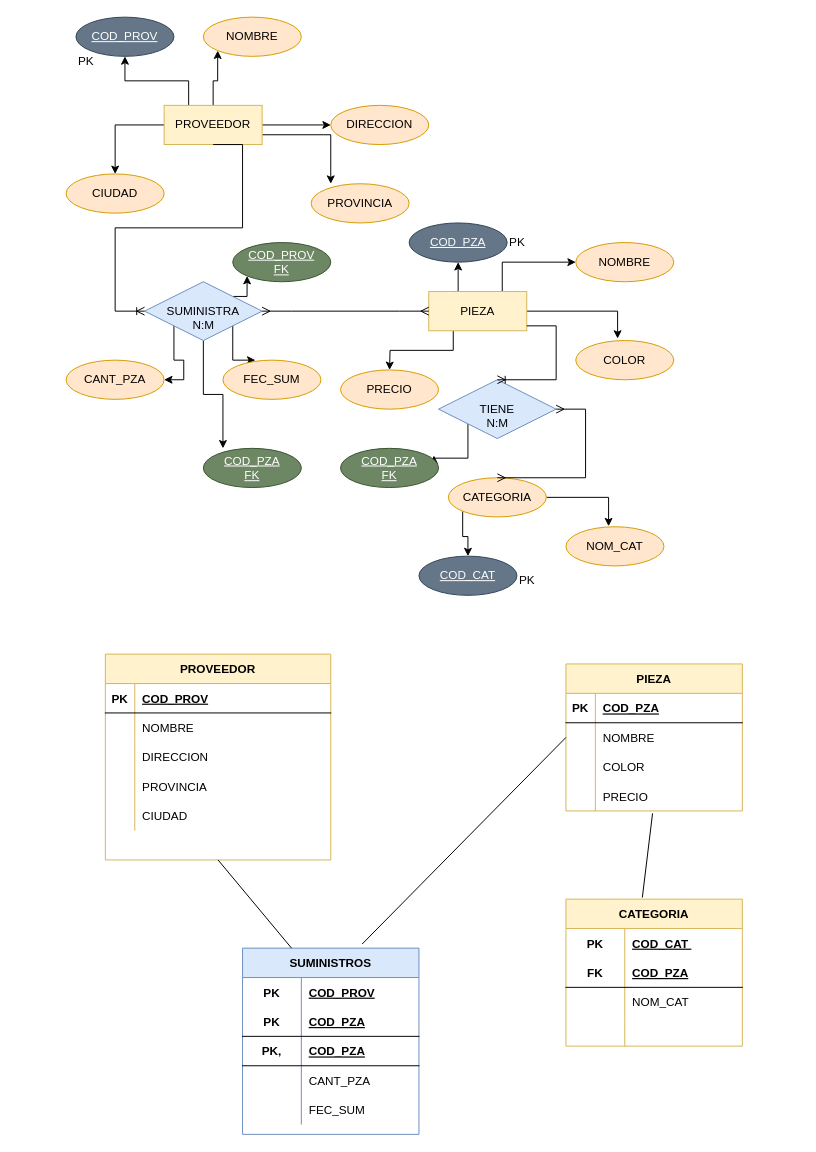
Above: BD_ProyectoFinal.drawio in AOlmosPilares/Base-de-Datos (draw.io), before the change. Source tidied: cells renumbered, new cells numbered last; positions are measured from the earlier drawing's top-left corner, leaving out a move shared by most shapes. Both pictures are drawn from the tidied source at 98%, with x=0, y=0 at pixel (66, 17).
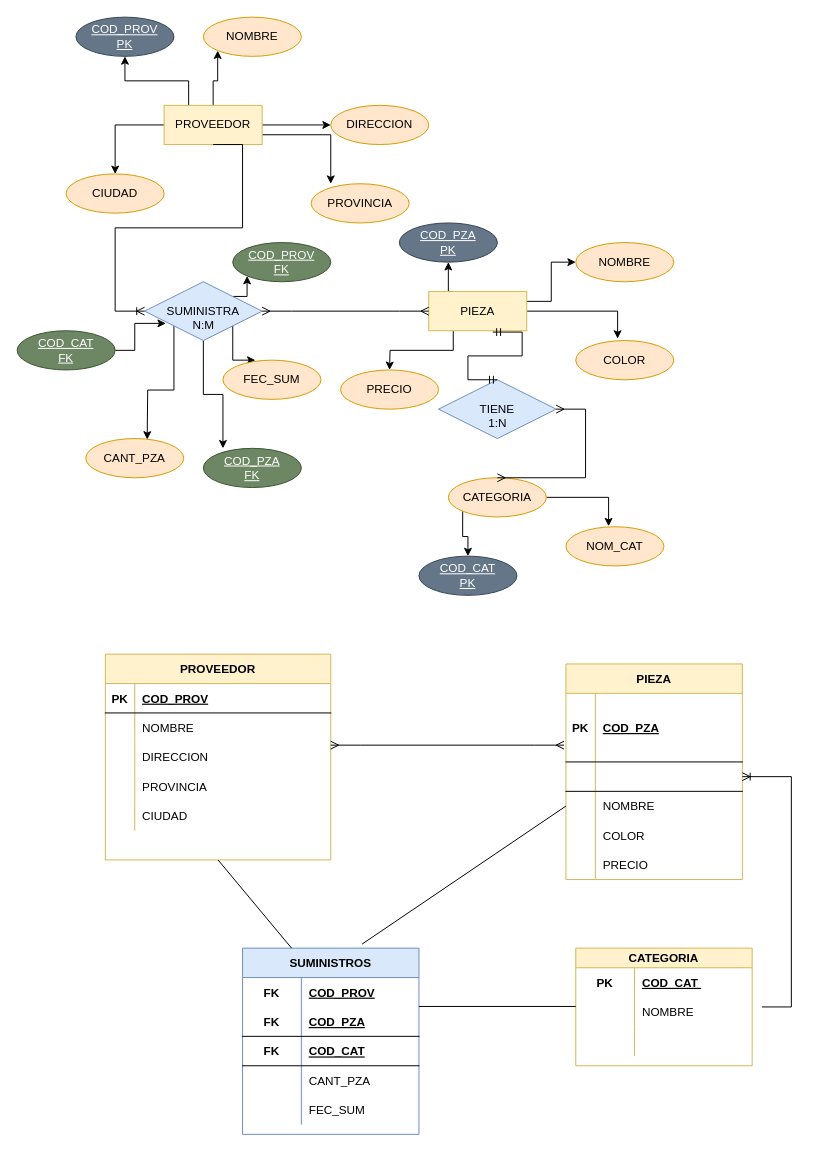
After the change.

The change refers to these unchanged cells:
```xml
<mxCell id="17" value="SUMINISTRA" style="shape=rhombus;perimeter=rhombusPerimeter;whiteSpace=wrap;html=1;align=center;fillColor=#dae8fc;strokeColor=#6c8ebf;" parent="1" vertex="1">
  <mxGeometry x="80" y="270" width="120" height="60" as="geometry" />
</mxCell>
<mxCell id="22" value="PIEZA" style="whiteSpace=wrap;html=1;align=center;fillColor=#fff2cc;strokeColor=#d6b656;" parent="1" vertex="1">
  <mxGeometry x="370" y="280" width="100" height="40" as="geometry" />
</mxCell>
<mxCell id="28" value="NOMBRE" style="ellipse;whiteSpace=wrap;html=1;align=center;fillColor=#ffe6cc;strokeColor=#d79b00;" parent="1" vertex="1">
  <mxGeometry x="520" y="230" width="100" height="40" as="geometry" />
</mxCell>
<mxCell id="39" value="TIENE" style="shape=rhombus;perimeter=rhombusPerimeter;whiteSpace=wrap;html=1;align=center;fillColor=#dae8fc;strokeColor=#6c8ebf;" parent="1" vertex="1">
  <mxGeometry x="380" y="370" width="120" height="60" as="geometry" />
</mxCell>
<mxCell id="54" style="shape=tableRow;horizontal=0;startSize=0;swimlaneHead=0;swimlaneBody=0;fillColor=none;points=[[0,0.5],[1,0.5]];portConstraint=eastwest;top=0;left=0;right=0;bottom=0;" parent="47" vertex="1">
  <mxGeometry y="90" width="230" height="30" as="geometry" />
</mxCell>
<mxCell id="90" style="shape=tableRow;horizontal=0;startSize=0;swimlaneHead=0;swimlaneBody=0;fillColor=none;top=0;left=0;right=0;bottom=0;" parent="89" vertex="1">
  <mxGeometry y="30" width="180" height="30" as="geometry" />
</mxCell>
<mxCell id="93" style="shape=tableRow;horizontal=0;startSize=0;swimlaneHead=0;swimlaneBody=0;fillColor=none;top=0;left=0;right=0;bottom=1;" parent="89" vertex="1">
  <mxGeometry y="60" width="180" height="30" as="geometry" />
</mxCell>
<mxCell id="96" style="shape=tableRow;horizontal=0;startSize=0;swimlaneHead=0;swimlaneBody=0;fillColor=none;top=0;left=0;right=0;bottom=1;" parent="89" vertex="1">
  <mxGeometry y="90" width="180" height="30" as="geometry" />
</mxCell>
```

Change to the diagram source:
```diff
@@
-    <mxCell id="12" value="COD_PROV" style="ellipse;whiteSpace=wrap;html=1;align=center;fontStyle=4;fillColor=#647687;strokeColor=#314354;fontColor=#ffffff;" parent="1" vertex="1">
+    <mxCell id="12" value="COD_PROV&lt;br&gt;PK" style="ellipse;whiteSpace=wrap;html=1;align=center;fontStyle=4;fillColor=#647687;strokeColor=#314354;fontColor=#ffffff;" parent="1" vertex="1">
       <mxGeometry x="10" width="100" height="40" as="geometry" />
     </mxCell>
-    <mxCell id="13" style="edgeStyle=orthogonalEdgeStyle;rounded=0;jettySize=auto;html=1;exitX=0;exitY=1;exitDx=0;exitDy=0;entryX=1;entryY=0.5;entryDx=0;entryDy=0;" parent="1" edge="1" source="17" target="44">
-      <mxGeometry relative="1" as="geometry" />
+    <mxCell id="13" style="edgeStyle=orthogonalEdgeStyle;rounded=0;jettySize=auto;html=1;exitX=0;exitY=1;exitDx=0;exitDy=0;entryX=0.727;entryY=0.024;entryDx=0;entryDy=0;entryPerimeter=0;" parent="1" edge="1" source="17">
+      <mxGeometry relative="1" as="geometry">
+        <mxPoint x="82.7" y="431" as="targetPoint" />
+      </mxGeometry>
     </mxCell>
@@
-    <mxCell id="19" style="edgeStyle=orthogonalEdgeStyle;rounded=0;jettySize=auto;html=1;exitX=0.75;exitY=0;exitDx=0;exitDy=0;entryX=0;entryY=0.5;entryDx=0;entryDy=0;" parent="1" edge="1" source="22" target="28">
+    <mxCell id="19" style="edgeStyle=orthogonalEdgeStyle;rounded=0;jettySize=auto;html=1;exitX=1;exitY=0.25;exitDx=0;exitDy=0;entryX=0;entryY=0.5;entryDx=0;entryDy=0;" parent="1" edge="1" source="22" target="28">
       <mxGeometry relative="1" as="geometry" />
     </mxCell>
@@
-    <mxCell id="26" value="COD_PZA" style="ellipse;whiteSpace=wrap;html=1;align=center;fontStyle=4;fillColor=#647687;fontColor=#ffffff;strokeColor=#314354;" parent="1" vertex="1">
-      <mxGeometry x="350" y="210" width="100" height="40" as="geometry" />
+    <mxCell id="26" value="COD_PZA&lt;br&gt;PK" style="ellipse;whiteSpace=wrap;html=1;align=center;fontStyle=4;fillColor=#647687;fontColor=#ffffff;strokeColor=#314354;" parent="1" vertex="1">
+      <mxGeometry x="340" y="210" width="100" height="40" as="geometry" />
     </mxCell>
@@
-    <mxCell id="33" value="COD_CAT" style="ellipse;whiteSpace=wrap;html=1;align=center;fontStyle=4;fillColor=#647687;fontColor=#ffffff;strokeColor=#314354;" parent="1" vertex="1">
+    <mxCell id="33" value="COD_CAT&lt;br&gt;PK" style="ellipse;whiteSpace=wrap;html=1;align=center;fontStyle=4;fillColor=#647687;fontColor=#ffffff;strokeColor=#314354;" parent="1" vertex="1">
       <mxGeometry x="360" y="550" width="100" height="40" as="geometry" />
     </mxCell>
@@
-    <mxCell id="35" value="PK" style="text;html=1;align=center;verticalAlign=middle;fillColor=none;strokeColor=none;rounded=0;" parent="1" vertex="1">
-      <mxGeometry y="30" width="40" height="30" as="geometry" />
-    </mxCell>
-    <mxCell id="36" value="PK" style="text;html=1;align=center;verticalAlign=middle;fillColor=none;strokeColor=none;rounded=0;" parent="1" vertex="1">
-      <mxGeometry x="440" y="215" width="40" height="30" as="geometry" />
-    </mxCell>
-    <mxCell id="37" value="PK" style="text;html=1;align=center;verticalAlign=middle;fillColor=none;strokeColor=none;rounded=0;" parent="1" vertex="1">
-      <mxGeometry x="450" y="560" width="40" height="30" as="geometry" />
-    </mxCell>
-    <mxCell id="38" style="edgeStyle=orthogonalEdgeStyle;rounded=0;jettySize=auto;html=1;exitX=0;exitY=1;exitDx=0;exitDy=0;entryX=0.953;entryY=0.182;entryDx=0;entryDy=0;entryPerimeter=0;" parent="1" edge="1" source="39" target="46">
-      <mxGeometry relative="1" as="geometry" />
-    </mxCell>
@@
-    <mxCell id="40" style="edgeStyle=entityRelationEdgeStyle;fontSize=12;html=1;endArrow=ERoneToMany;rounded=0;entryX=0.5;entryY=0;entryDx=0;entryDy=0;" parent="1" edge="1" target="39">
-      <mxGeometry relative="1" as="geometry">
-        <mxPoint x="470" y="315" as="sourcePoint" />
-      </mxGeometry>
-    </mxCell>
@@
-    <mxCell id="42" value="N:M" style="text;html=1;align=center;verticalAlign=middle;fillColor=none;strokeColor=none;rounded=0;" parent="1" vertex="1">
-      <mxGeometry x="415" y="400" width="50" height="30" as="geometry" />
+    <mxCell id="42" value="1:N" style="text;html=1;align=center;verticalAlign=middle;fillColor=none;strokeColor=none;rounded=0;" parent="1" vertex="1">
+      <mxGeometry x="420" y="400" width="40" height="30" as="geometry" />
     </mxCell>
@@
     <mxCell id="44" value="CANT_PZA" style="ellipse;whiteSpace=wrap;html=1;align=center;fillColor=#ffe6cc;strokeColor=#d79b00;" parent="1" vertex="1">
-      <mxGeometry y="350" width="100" height="40" as="geometry" />
+      <mxGeometry x="20" y="430" width="100" height="40" as="geometry" />
     </mxCell>
@@
+    <mxCell id="109" style="edgeStyle=orthogonalEdgeStyle;rounded=0;jettySize=auto;html=1;exitX=1;exitY=0.5;exitDx=0;exitDy=0;entryX=0.181;entryY=0.708;entryDx=0;entryDy=0;entryPerimeter=0;" parent="1" edge="1" source="46" target="17">
+      <mxGeometry relative="1" as="geometry" />
+    </mxCell>
-    <mxCell id="46" value="COD_PZA&lt;br&gt;FK" style="ellipse;whiteSpace=wrap;html=1;align=center;fontStyle=4;fillColor=#6d8764;fontColor=#ffffff;strokeColor=#3A5431;" parent="1" vertex="1">
-      <mxGeometry x="280" y="440" width="100" height="40" as="geometry" />
+    <mxCell id="46" value="COD_CAT&lt;br&gt;FK" style="ellipse;whiteSpace=wrap;html=1;align=center;fontStyle=4;fillColor=#6d8764;fontColor=#ffffff;strokeColor=#3A5431;" parent="1" vertex="1">
+      <mxGeometry x="-50" y="320" width="100" height="40" as="geometry" />
     </mxCell>
@@
     <mxCell id="63" value="PIEZA" style="shape=table;startSize=30;childLayout=tableLayout;rowLines=0;fontStyle=1;align=center;fillColor=#fff2cc;strokeColor=#d6b656;" parent="1" vertex="1">
-      <mxGeometry x="510" y="660" width="180" height="150" as="geometry" />
+      <mxGeometry x="510" y="660" width="180" height="220" as="geometry" />
     </mxCell>
     <mxCell id="64" style="shape=tableRow;horizontal=0;startSize=0;swimlaneHead=0;swimlaneBody=0;fillColor=none;points=[[0,0.5],[1,0.5]];portConstraint=eastwest;top=0;left=0;right=0;bottom=1;" parent="63" vertex="1">
-      <mxGeometry y="30" width="180" height="30" as="geometry" />
+      <mxGeometry y="30" width="180" height="70" as="geometry" />
     </mxCell>
     <mxCell id="65" value="PK" style="shape=partialRectangle;fillColor=none;top=0;left=0;bottom=0;right=0;fontStyle=1;overflow=hidden;" parent="64" vertex="1">
-      <mxGeometry width="30" height="30" as="geometry" />
+      <mxGeometry width="30" height="70" as="geometry" />
     </mxCell>
     <mxCell id="66" value="COD_PZA" style="shape=partialRectangle;fillColor=none;top=0;left=0;bottom=0;right=0;align=left;spacingLeft=6;fontStyle=5;overflow=hidden;" parent="64" vertex="1">
-      <mxGeometry x="30" width="150" height="30" as="geometry" />
+      <mxGeometry x="30" width="150" height="70" as="geometry" />
     </mxCell>
+    <mxCell id="80" style="shape=tableRow;horizontal=0;startSize=0;swimlaneHead=0;swimlaneBody=0;fillColor=none;points=[[0,0.5],[1,0.5]];portConstraint=eastwest;top=0;left=0;right=0;bottom=1;" parent="63" vertex="1">
+      <mxGeometry y="100" width="180" height="30" as="geometry" />
+    </mxCell>
+    <mxCell id="81" style="shape=partialRectangle;fillColor=none;top=0;left=0;bottom=0;right=0;fontStyle=1;overflow=hidden;" parent="80" vertex="1">
+      <mxGeometry width="30" height="30" as="geometry" />
+    </mxCell>
+    <mxCell id="82" style="shape=partialRectangle;fillColor=none;top=0;left=0;bottom=0;right=0;align=left;spacingLeft=6;fontStyle=5;overflow=hidden;" parent="80" vertex="1">
+      <mxGeometry x="30" width="150" height="30" as="geometry" />
+    </mxCell>
     <mxCell id="67" style="shape=tableRow;horizontal=0;startSize=0;swimlaneHead=0;swimlaneBody=0;fillColor=none;points=[[0,0.5],[1,0.5]];portConstraint=eastwest;top=0;left=0;right=0;bottom=0;" parent="63" vertex="1">
-      <mxGeometry y="60" width="180" height="30" as="geometry" />
+      <mxGeometry y="130" width="180" height="30" as="geometry" />
     </mxCell>
@@
     <mxCell id="70" style="shape=tableRow;horizontal=0;startSize=0;swimlaneHead=0;swimlaneBody=0;fillColor=none;top=0;left=0;right=0;bottom=0;" parent="63" vertex="1">
-      <mxGeometry y="90" width="180" height="30" as="geometry" />
+      <mxGeometry y="160" width="180" height="30" as="geometry" />
     </mxCell>
@@
     <mxCell id="73" style="shape=tableRow;horizontal=0;startSize=0;swimlaneHead=0;swimlaneBody=0;fillColor=none;points=[[0,0.5],[1,0.5]];portConstraint=eastwest;top=0;left=0;right=0;bottom=0;" parent="63" vertex="1">
-      <mxGeometry y="120" width="180" height="30" as="geometry" />
+      <mxGeometry y="190" width="180" height="30" as="geometry" />
     </mxCell>
@@
-    <mxCell id="76" value="CATEGORIA" style="shape=table;startSize=30;childLayout=tableLayout;rowLines=0;fontStyle=1;align=center;fillColor=#fff2cc;strokeColor=#d6b656;" parent="1" vertex="1">
-      <mxGeometry x="510" y="900" width="180" height="150" as="geometry" />
+    <mxCell id="76" value="CATEGORIA" style="shape=table;startSize=20;childLayout=tableLayout;rowLines=0;fontStyle=1;align=center;fillColor=#fff2cc;strokeColor=#d6b656;" parent="1" vertex="1">
+      <mxGeometry x="520" y="950" width="180" height="120" as="geometry" />
     </mxCell>
     <mxCell id="77" style="shape=tableRow;horizontal=0;startSize=0;swimlaneHead=0;swimlaneBody=0;fillColor=none;top=0;left=0;right=0;bottom=0;" parent="76" vertex="1">
-      <mxGeometry y="30" width="180" height="30" as="geometry" />
+      <mxGeometry y="20" width="180" height="30" as="geometry" />
     </mxCell>
@@
-    <mxCell id="80" style="shape=tableRow;horizontal=0;startSize=0;swimlaneHead=0;swimlaneBody=0;fillColor=none;points=[[0,0.5],[1,0.5]];portConstraint=eastwest;top=0;left=0;right=0;bottom=1;" parent="76" vertex="1">
-      <mxGeometry y="60" width="180" height="30" as="geometry" />
-    </mxCell>
-    <mxCell id="81" value="FK" style="shape=partialRectangle;fillColor=none;top=0;left=0;bottom=0;right=0;fontStyle=1;overflow=hidden;" parent="80" vertex="1">
-      <mxGeometry width="60" height="30" as="geometry" />
-    </mxCell>
-    <mxCell id="82" value="COD_PZA" style="shape=partialRectangle;fillColor=none;top=0;left=0;bottom=0;right=0;align=left;spacingLeft=6;fontStyle=5;overflow=hidden;" parent="80" vertex="1">
-      <mxGeometry x="60" width="120" height="30" as="geometry" />
-    </mxCell>
     <mxCell id="83" style="shape=tableRow;horizontal=0;startSize=0;swimlaneHead=0;swimlaneBody=0;fillColor=none;top=0;left=0;right=0;bottom=0;" parent="76" vertex="1">
-      <mxGeometry y="90" width="180" height="30" as="geometry" />
+      <mxGeometry y="50" width="180" height="30" as="geometry" />
     </mxCell>
@@
-    <mxCell id="85" value="NOM_CAT" style="shape=partialRectangle;fillColor=none;top=0;left=0;bottom=0;right=0;align=left;spacingLeft=6;overflow=hidden;" parent="83" vertex="1">
+    <mxCell id="85" value="NOMBRE" style="shape=partialRectangle;fillColor=none;top=0;left=0;bottom=0;right=0;align=left;spacingLeft=6;overflow=hidden;" parent="83" vertex="1">
       <mxGeometry x="60" width="120" height="30" as="geometry" />
     </mxCell>
     <mxCell id="86" style="shape=tableRow;horizontal=0;startSize=0;swimlaneHead=0;swimlaneBody=0;fillColor=none;top=0;left=0;right=0;bottom=0;" parent="76" vertex="1">
-      <mxGeometry y="120" width="180" height="30" as="geometry" />
+      <mxGeometry y="80" width="180" height="30" as="geometry" />
     </mxCell>
@@
-    <mxCell id="91" value="PK" style="shape=partialRectangle;fillColor=none;top=0;left=0;bottom=0;right=0;fontStyle=1;overflow=hidden;" parent="90" vertex="1">
+    <mxCell id="91" value="FK" style="shape=partialRectangle;fillColor=none;top=0;left=0;bottom=0;right=0;fontStyle=1;overflow=hidden;" parent="90" vertex="1">
       <mxGeometry width="60" height="30" as="geometry" />
     </mxCell>
@@
-    <mxCell id="94" value="PK" style="shape=partialRectangle;fillColor=none;top=0;left=0;bottom=0;right=0;fontStyle=1;overflow=hidden;" parent="93" vertex="1">
+    <mxCell id="94" value="FK" style="shape=partialRectangle;fillColor=none;top=0;left=0;bottom=0;right=0;fontStyle=1;overflow=hidden;" parent="93" vertex="1">
       <mxGeometry width="60" height="30" as="geometry" />
     </mxCell>
@@
-    <mxCell id="97" value="PK," style="shape=partialRectangle;fillColor=none;top=0;left=0;bottom=0;right=0;fontStyle=1;overflow=hidden;" parent="96" vertex="1">
+    <mxCell id="97" value="FK" style="shape=partialRectangle;fillColor=none;top=0;left=0;bottom=0;right=0;fontStyle=1;overflow=hidden;" parent="96" vertex="1">
       <mxGeometry width="60" height="30" as="geometry" />
     </mxCell>
-    <mxCell id="98" value="COD_PZA" style="shape=partialRectangle;fillColor=none;top=0;left=0;bottom=0;right=0;align=left;spacingLeft=6;fontStyle=5;overflow=hidden;" parent="96" vertex="1">
+    <mxCell id="98" value="COD_CAT" style="shape=partialRectangle;fillColor=none;top=0;left=0;bottom=0;right=0;align=left;spacingLeft=6;fontStyle=5;overflow=hidden;" parent="96" vertex="1">
       <mxGeometry x="60" width="120" height="30" as="geometry" />
     </mxCell>
@@
-    <mxCell id="107" style="endArrow=none;html=1;rounded=0;entryX=0.491;entryY=1.083;entryDx=0;entryDy=0;entryPerimeter=0;exitX=0.433;exitY=-0.011;exitDx=0;exitDy=0;exitPerimeter=0;" parent="1" edge="1" source="76" target="73">
-      <mxGeometry relative="1" as="geometry" />
-    </mxCell>
@@
+    <mxCell id="110" style="edgeStyle=entityRelationEdgeStyle;fontSize=12;html=1;endArrow=ERoneToMany;rounded=0;entryX=1;entryY=0.5;entryDx=0;entryDy=0;" parent="1" edge="1" target="80">
+      <mxGeometry relative="1" as="geometry">
+        <mxPoint x="710" y="1010" as="sourcePoint" />
+      </mxGeometry>
+    </mxCell>
+    <mxCell id="111" style="endArrow=none;html=1;rounded=0;" parent="1" edge="1">
+      <mxGeometry relative="1" as="geometry">
+        <mxPoint x="360" y="1009.5" as="sourcePoint" />
+        <mxPoint x="520" y="1009.5" as="targetPoint" />
+      </mxGeometry>
+    </mxCell>
+    <mxCell id="112" style="edgeStyle=entityRelationEdgeStyle;fontSize=12;html=1;endArrow=ERmany;startArrow=ERmany;rounded=0;entryX=-0.011;entryY=0.755;entryDx=0;entryDy=0;entryPerimeter=0;exitX=1;exitY=0.095;exitDx=0;exitDy=0;exitPerimeter=0;" parent="1" edge="1" source="54" target="64">
+      <mxGeometry relative="1" as="geometry" />
+    </mxCell>
+    <mxCell id="113" style="edgeStyle=entityRelationEdgeStyle;fontSize=12;html=1;endArrow=ERmandOne;startArrow=ERmandOne;rounded=0;exitX=0.5;exitY=0;exitDx=0;exitDy=0;entryX=0.653;entryY=1.034;entryDx=0;entryDy=0;entryPerimeter=0;" parent="1" edge="1" source="39" target="22">
+      <mxGeometry relative="1" as="geometry" />
+    </mxCell>
```
